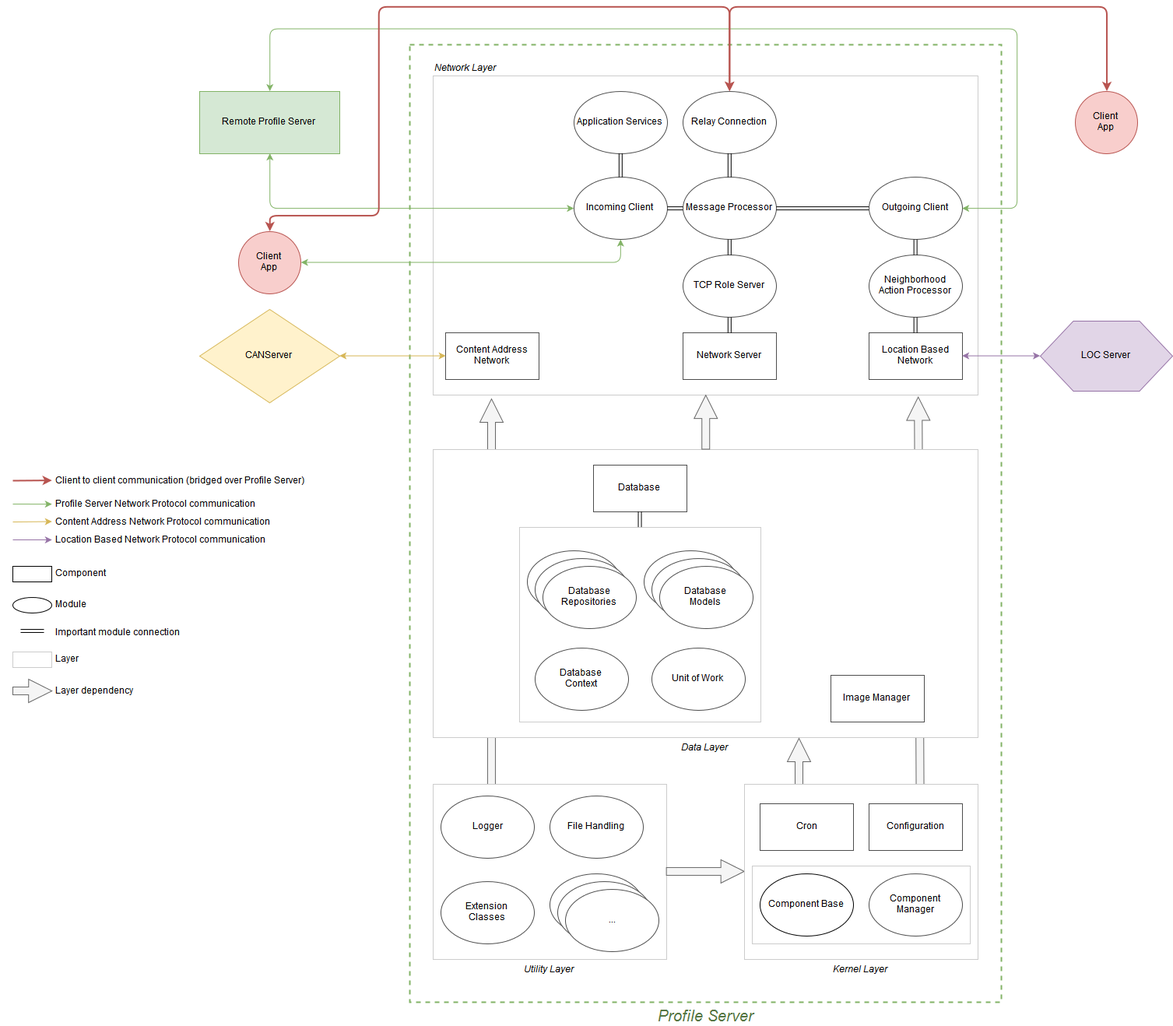
Before: docs/images/ps-component-layers.png, a diagram exported from draw.io (Internet-of-People/iop-profile-server). Source tidied: cells renumbered, new cells last; positions are measured from the earlier drawing's top-left corner, leaving out a move shared by most shapes.
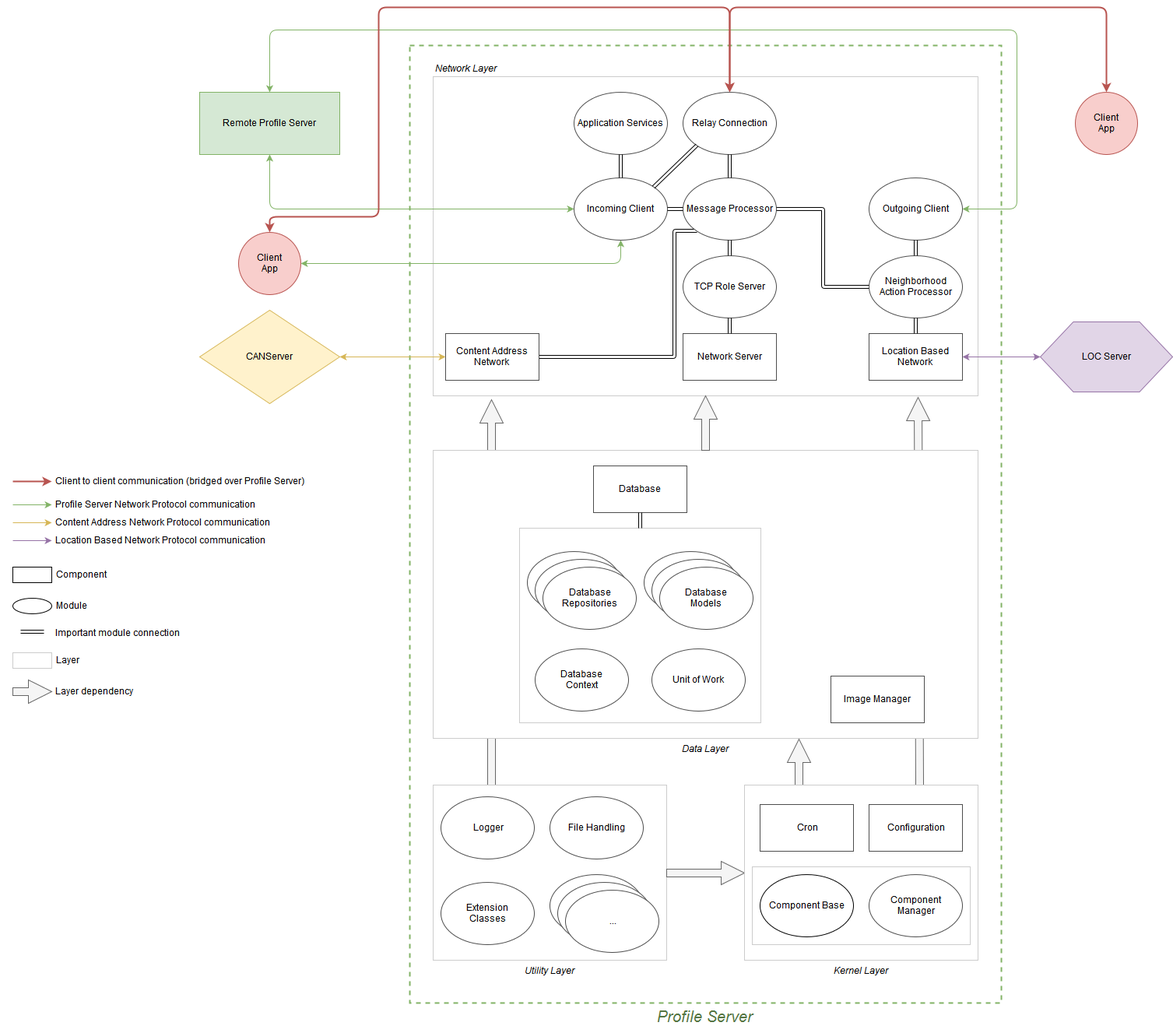
The same diagram one commit later.

Diff of the diagram source:
```diff
@@ -5,6 +5,17 @@
     <mxCell id="2" value="Profile Server&lt;br&gt;" style="whiteSpace=wrap;html=1;strokeColor=#82b366;fontColor=#557543;align=center;fillColor=none;strokeWidth=2;dashed=1;labelPosition=center;verticalLabelPosition=bottom;verticalAlign=top;fontStyle=2;fontSize=20;" parent="1" vertex="1">
       <mxGeometry x="510" y="49" width="760" height="1230" as="geometry" />
     </mxCell>
+    <mxCell id="5" value="Network Layer&lt;br&gt;" style="whiteSpace=wrap;html=1;strokeColor=#CCCCCC;align=left;labelPosition=center;verticalLabelPosition=top;verticalAlign=bottom;fontStyle=2;" parent="1" vertex="1">
+      <mxGeometry x="540" y="89" width="700" height="410" as="geometry" />
+    </mxCell>
+    <mxCell id="84" style="endArrow=classic;startArrow=classic;html=1;labelBackgroundColor=#CCCCCC;strokeWidth=1;fillColor=#ffffff;fontSize=12;fontColor=#000000;exitX=0;exitY=1;entryX=1;entryY=0.5;edgeStyle=orthogonalEdgeStyle;shape=link;" parent="1" edge="1" source="8" target="10">
+      <mxGeometry relative="1" as="geometry">
+        <Array as="points">
+          <mxPoint x="850" y="287" />
+          <mxPoint x="850" y="449" />
+        </Array>
+      </mxGeometry>
+    </mxCell>
     <mxCell id="3" style="endArrow=classic;html=1;strokeWidth=1;fontColor=#CCCCCC;exitX=0.75;exitY=0;entryX=0.89;entryY=1.005;entryPerimeter=0;shape=arrow;fillColor=#f5f5f5;strokeColor=#666666;" parent="1" edge="1" source="51" target="5">
       <mxGeometry relative="1" as="geometry" />
     </mxCell>
@@ -13,9 +24,6 @@
         <mxPoint x="615" y="504" as="targetPoint" />
       </mxGeometry>
     </mxCell>
-    <mxCell id="5" value="Network Layer&lt;br&gt;" style="whiteSpace=wrap;html=1;strokeColor=#CCCCCC;align=left;labelPosition=center;verticalLabelPosition=top;verticalAlign=bottom;fontStyle=2;" parent="1" vertex="1">
-      <mxGeometry x="540" y="89" width="700" height="410" as="geometry" />
-    </mxCell>
     <mxCell id="6" value="Network Server&lt;br&gt;" style="whiteSpace=wrap;html=1;strokeColor=#4D4D4D;align=center;" parent="1" vertex="1">
       <mxGeometry x="861" y="419" width="120" height="60" as="geometry" />
     </mxCell>
@@ -148,7 +156,7 @@
     <mxCell id="48" style="endArrow=classic;html=1;strokeWidth=1;fontColor=#CCCCCC;exitX=0.5;exitY=0;entryX=0.5;entryY=1;shape=arrow;fillColor=#f5f5f5;strokeColor=#666666;" parent="1" edge="1" source="33" target="5">
       <mxGeometry relative="1" as="geometry" />
     </mxCell>
-    <mxCell id="49" style="endArrow=classic;startArrow=classic;html=1;strokeWidth=1;fontColor=#CCCCCC;exitX=1;exitY=0.5;entryX=0;entryY=0.5;shape=link;" parent="1" edge="1" source="8" target="13">
+    <mxCell id="49" style="endArrow=classic;startArrow=classic;html=1;strokeWidth=1;fontColor=#CCCCCC;exitX=1;exitY=0.5;entryX=0;entryY=0.5;shape=link;edgeStyle=orthogonalEdgeStyle;" parent="1" edge="1" source="8" target="11">
       <mxGeometry relative="1" as="geometry" />
     </mxCell>
     <mxCell id="50" style="group;" parent="1" vertex="1">
@@ -288,5 +296,8 @@
     <mxCell id="83" value="Layer dependency&lt;br&gt;" style="text;html=1;strokeColor=none;fillColor=none;align=left;verticalAlign=middle;whiteSpace=wrap;fontSize=12;fontColor=#000000;spacingLeft=3;" parent="1" vertex="1">
       <mxGeometry x="50" y="869" width="200" height="20" as="geometry" />
     </mxCell>
+    <mxCell id="85" style="endArrow=classic;startArrow=classic;html=1;labelBackgroundColor=#CCCCCC;strokeWidth=1;fillColor=#ffffff;fontSize=12;fontColor=#000000;entryX=0;entryY=1;exitX=1;exitY=0;shape=link;" parent="1" edge="1" source="12" target="15">
+      <mxGeometry relative="1" as="geometry" />
+    </mxCell>
   </root>
 </mxGraphModel>
```
